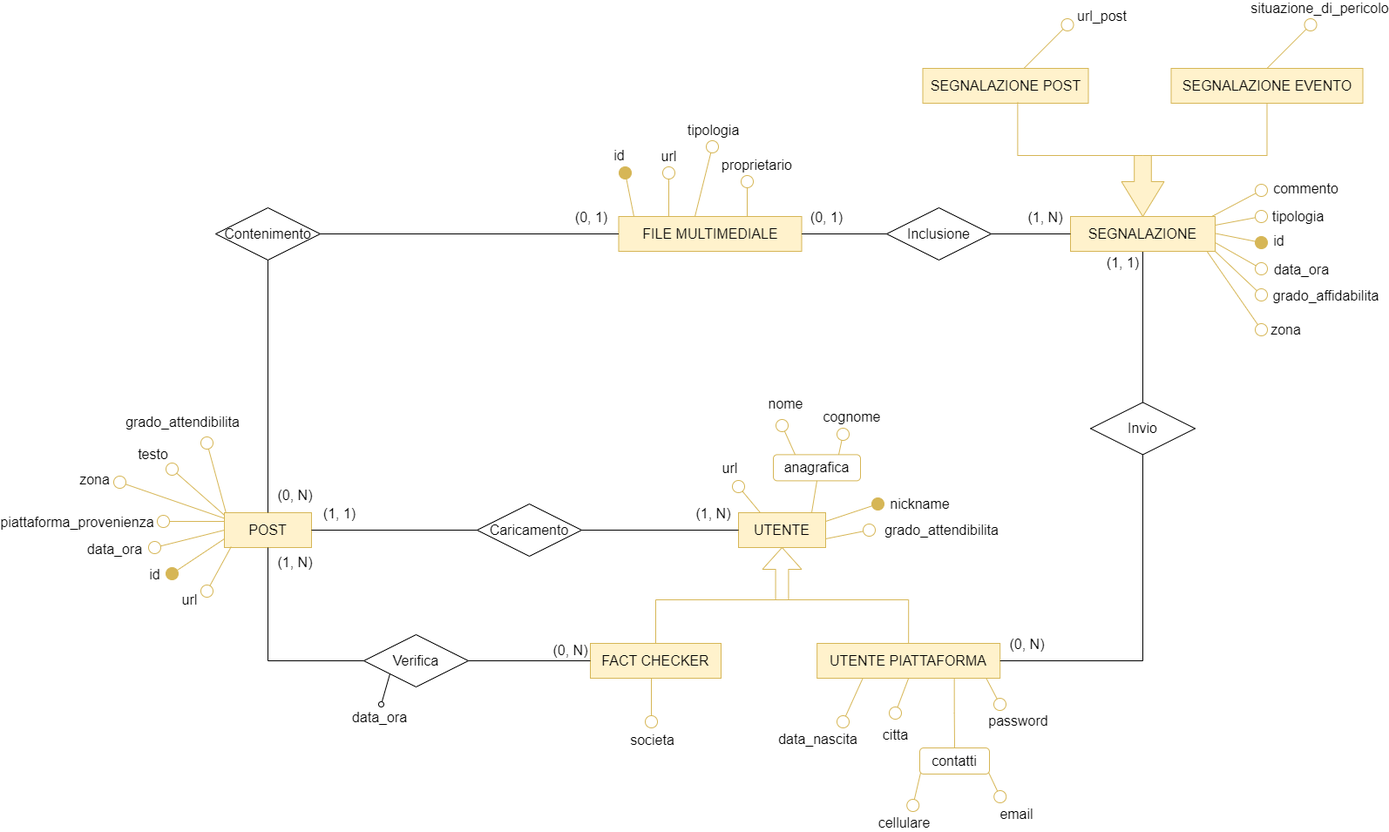
faffolao/ProgettoBD2022 keeps this draw.io diagram as diagrammi e-r/Diag. Social network.png. Above is the earlier version. Source tidied: cells renumbered, new cells last; positions are measured from the earlier drawing's top-left corner, leaving out a move shared by most shapes.
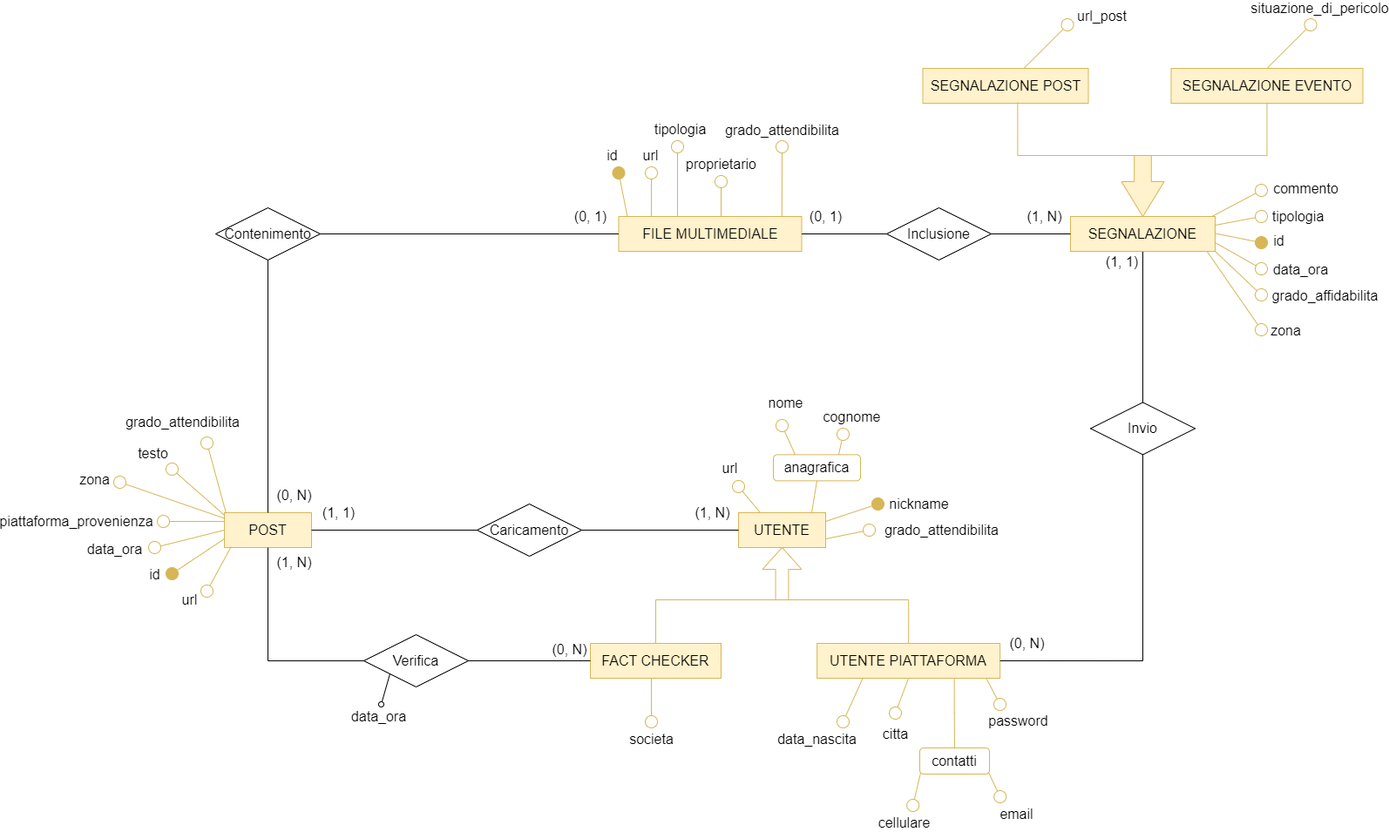
The same diagram one commit later.

Commit message:
aggiunto attributo grado attendibilità in file multimediale

The edit, as a diff of the source:
```diff
@@ -393,8 +393,8 @@
     </mxCell>
     <mxCell id="87" style="endArrow=oval;html=1;rounded=0;strokeColor=#d6b656;strokeWidth=1;fontSize=12;startSize=14;endSize=14;endFill=1;fillColor=#fff2cc;" parent="1" edge="1">
       <mxGeometry relative="1" as="geometry">
-        <mxPoint x="590" y="220" as="sourcePoint" />
-        <mxPoint x="580" y="170" as="targetPoint" />
+        <mxPoint x="582.5" y="220" as="sourcePoint" />
+        <mxPoint x="572.5" y="170" as="targetPoint" />
       </mxGeometry>
     </mxCell>
     <mxCell id="88" value="id" style="edgeLabel;html=1;align=center;verticalAlign=middle;fontSize=16;" parent="87" vertex="1">
@@ -404,8 +404,8 @@
     </mxCell>
     <mxCell id="89" style="endArrow=oval;html=1;rounded=0;strokeColor=#d6b656;strokeWidth=1;fontSize=12;startSize=14;endSize=14;endFill=0;fillColor=#fff2cc;" parent="1" edge="1">
       <mxGeometry relative="1" as="geometry">
-        <mxPoint x="630" y="220" as="sourcePoint" />
-        <mxPoint x="630" y="170" as="targetPoint" />
+        <mxPoint x="610" y="220" as="sourcePoint" />
+        <mxPoint x="610" y="170" as="targetPoint" />
       </mxGeometry>
     </mxCell>
     <mxCell id="90" value="url" style="edgeLabel;html=1;align=center;verticalAlign=middle;fontSize=16;" parent="89" vertex="1">
@@ -415,8 +415,8 @@
     </mxCell>
     <mxCell id="91" style="endArrow=oval;html=1;rounded=0;strokeColor=#d6b656;strokeWidth=1;fontSize=12;startSize=14;endSize=14;endFill=0;fillColor=#fff2cc;" parent="1" edge="1">
       <mxGeometry relative="1" as="geometry">
-        <mxPoint x="660" y="220" as="sourcePoint" />
-        <mxPoint x="680" y="140" as="targetPoint" />
+        <mxPoint x="640" y="220" as="sourcePoint" />
+        <mxPoint x="640" y="140" as="targetPoint" />
       </mxGeometry>
     </mxCell>
     <mxCell id="92" value="tipologia" style="edgeLabel;html=1;align=center;verticalAlign=middle;fontSize=16;" parent="91" vertex="1">
@@ -426,13 +426,13 @@
     </mxCell>
     <mxCell id="93" style="endArrow=oval;html=1;rounded=0;strokeColor=#d6b656;strokeWidth=1;fontSize=12;startSize=14;endSize=14;endFill=0;fillColor=#fff2cc;" parent="1" edge="1">
       <mxGeometry relative="1" as="geometry">
-        <mxPoint x="720" y="220" as="sourcePoint" />
-        <mxPoint x="720" y="180" as="targetPoint" />
+        <mxPoint x="690" y="220" as="sourcePoint" />
+        <mxPoint x="690" y="180" as="targetPoint" />
       </mxGeometry>
     </mxCell>
     <mxCell id="94" value="proprietario" style="edgeLabel;html=1;align=center;verticalAlign=middle;fontSize=16;" parent="93" vertex="1">
       <mxGeometry x="0.54" relative="1" as="geometry">
-        <mxPoint x="10" y="-29" as="offset" />
+        <mxPoint y="-29" as="offset" />
       </mxGeometry>
     </mxCell>
     <mxCell id="95" style="edgeStyle=orthogonalEdgeStyle;rounded=0;jettySize=auto;html=1;strokeColor=default;strokeWidth=1;fontSize=12;startArrow=none;startFill=0;endArrow=none;endFill=0;startSize=14;endSize=14;" parent="1" edge="1" source="99" target="32">
@@ -484,5 +484,16 @@
         <mxPoint x="-16" y="-30" as="offset" />
       </mxGeometry>
     </mxCell>
+    <mxCell id="106" style="endArrow=oval;html=1;rounded=0;strokeColor=#d6b656;strokeWidth=1;fontSize=12;startSize=14;endSize=14;endFill=0;fillColor=#fff2cc;" parent="1" edge="1">
+      <mxGeometry relative="1" as="geometry">
+        <mxPoint x="759.8" y="220" as="sourcePoint" />
+        <mxPoint x="760" y="140" as="targetPoint" />
+      </mxGeometry>
+    </mxCell>
+    <mxCell id="107" value="grado_attendibilita" style="edgeLabel;html=1;align=center;verticalAlign=middle;fontSize=16;" parent="106" vertex="1">
+      <mxGeometry x="0.54" relative="1" as="geometry">
+        <mxPoint y="-38" as="offset" />
+      </mxGeometry>
+    </mxCell>
   </root>
 </mxGraphModel>
```
